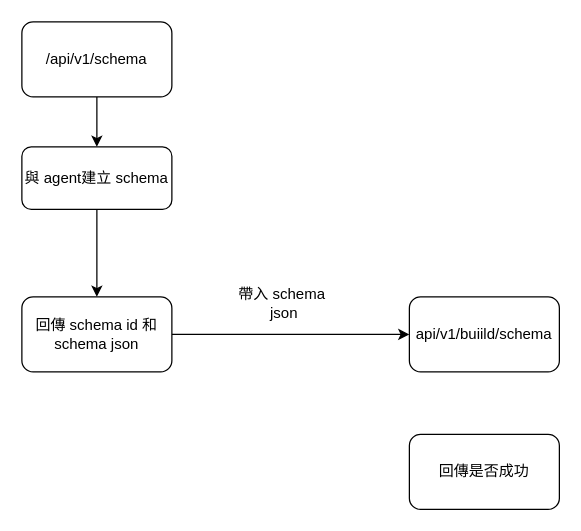
The draw.io diagram Untitled Diagram.drawio in michelo851a1203/schemaDiagram, before the edit. Source tidied: cells renumbered, new cells numbered last; positions are measured from the earlier drawing's top-left corner, leaving out a move shared by most shapes. Both pictures are drawn from the tidied source at 125%, with x=0, y=0 at pixel (21, 21).
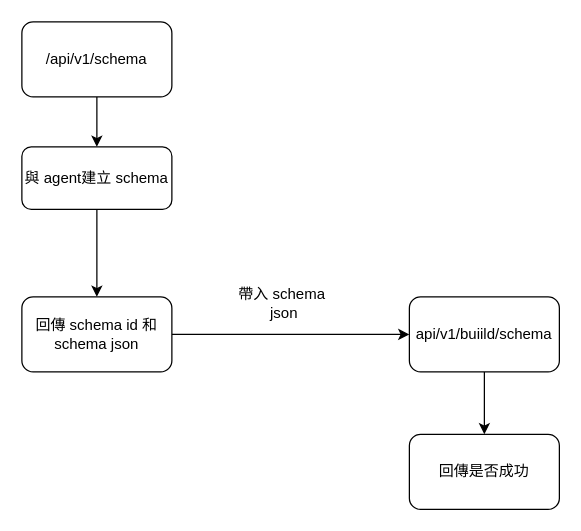
After the change.

The edit, as a diff of the source:
```diff
@@
 <mxGraphModel>
   <root>
     <mxCell id="0" />
     <mxCell id="1" parent="0" />
     <mxCell id="2" style="edgeStyle=orthogonalEdgeStyle;rounded=0;jettySize=auto;html=1;" parent="1" edge="1" source="3" target="7">
       <mxGeometry relative="1" as="geometry" />
     </mxCell>
     <mxCell id="3" value="與 agent建立 schema" style="rounded=1;whiteSpace=wrap;html=1;" parent="1" vertex="1">
       <mxGeometry y="100" width="120" height="50" as="geometry" />
     </mxCell>
     <mxCell id="4" style="edgeStyle=orthogonalEdgeStyle;rounded=0;jettySize=auto;html=1;" parent="1" edge="1" source="5" target="3">
       <mxGeometry relative="1" as="geometry" />
     </mxCell>
     <mxCell id="5" value="/api/v1/schema" style="rounded=1;whiteSpace=wrap;html=1;" parent="1" vertex="1">
       <mxGeometry width="120" height="60" as="geometry" />
     </mxCell>
     <mxCell id="6" style="edgeStyle=orthogonalEdgeStyle;rounded=0;jettySize=auto;html=1;" parent="1" edge="1" source="7" target="8">
       <mxGeometry relative="1" as="geometry" />
     </mxCell>
     <mxCell id="7" value="回傳 schema id 和 schema json" style="rounded=1;whiteSpace=wrap;html=1;" parent="1" vertex="1">
       <mxGeometry y="220" width="120" height="60" as="geometry" />
     </mxCell>
+    <mxCell id="11" style="edgeStyle=orthogonalEdgeStyle;rounded=0;jettySize=auto;html=1;" parent="1" edge="1" source="8" target="10">
+      <mxGeometry relative="1" as="geometry" />
+    </mxCell>
     <mxCell id="8" value="api/v1/buiild/schema" style="rounded=1;whiteSpace=wrap;html=1;" parent="1" vertex="1">
       <mxGeometry x="310" y="220" width="120" height="60" as="geometry" />
     </mxCell>
     <mxCell id="9" value="帶入 schema&amp;nbsp;&lt;br&gt;json" style="text;html=1;strokeColor=none;fillColor=none;align=center;verticalAlign=middle;whiteSpace=wrap;rounded=0;" parent="1" vertex="1">
       <mxGeometry x="140" y="210" width="140" height="30" as="geometry" />
     </mxCell>
     <mxCell id="10" value="回傳是否成功" style="rounded=1;whiteSpace=wrap;html=1;" parent="1" vertex="1">
       <mxGeometry x="310" y="330" width="120" height="60" as="geometry" />
     </mxCell>
   </root>
 </mxGraphModel>
```
